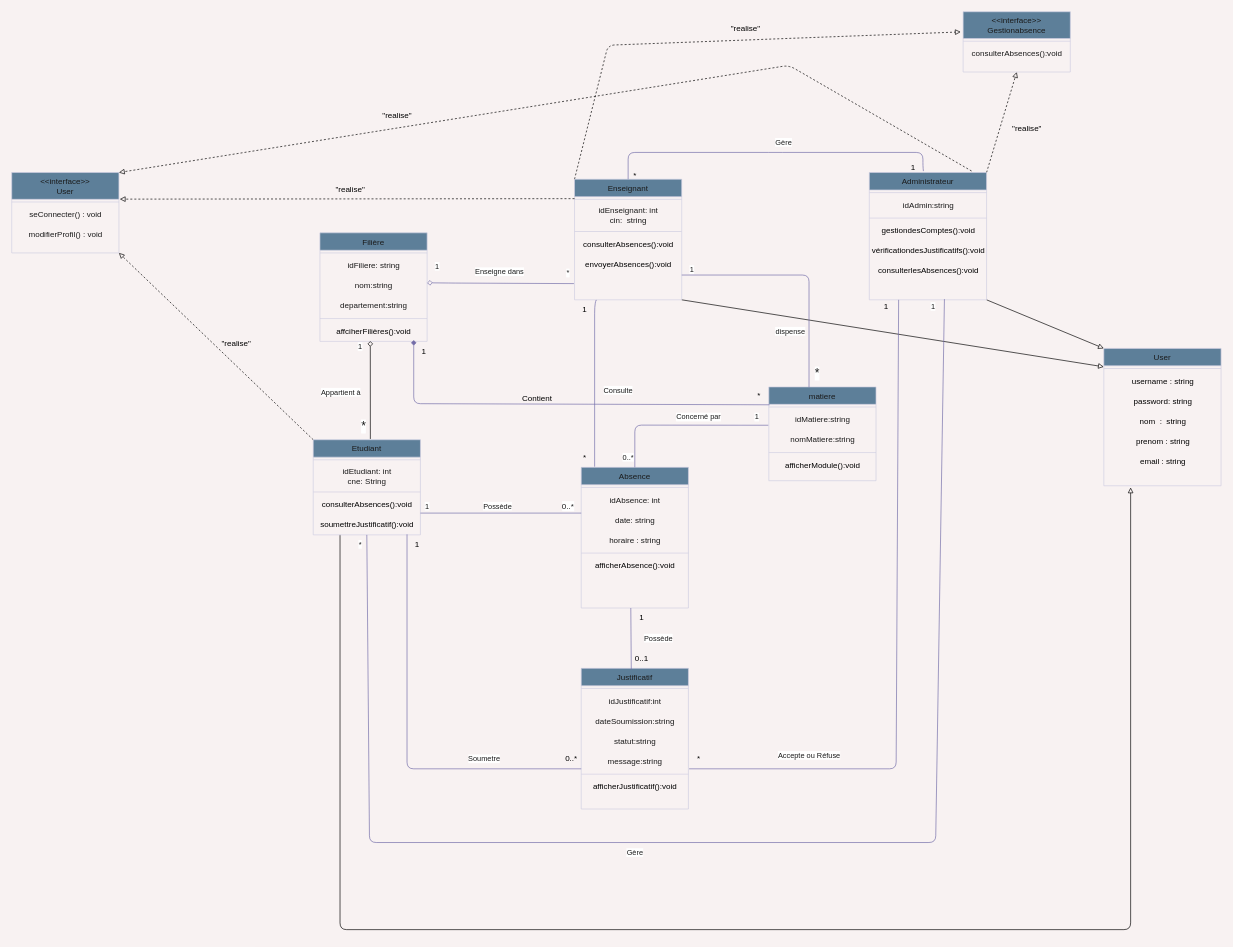
Marcel-Fassou-28/Gestion_Absence_PFA keeps this draw.io diagram as diagramms/class-diagram.drawio. Above is the earlier version. Source tidied: cells renumbered, new cells numbered last; positions are measured from the earlier drawing's top-left corner, leaving out a move shared by most shapes. Both pictures are drawn from the tidied source at 67%, with x=0, y=0 at pixel (11, 11).
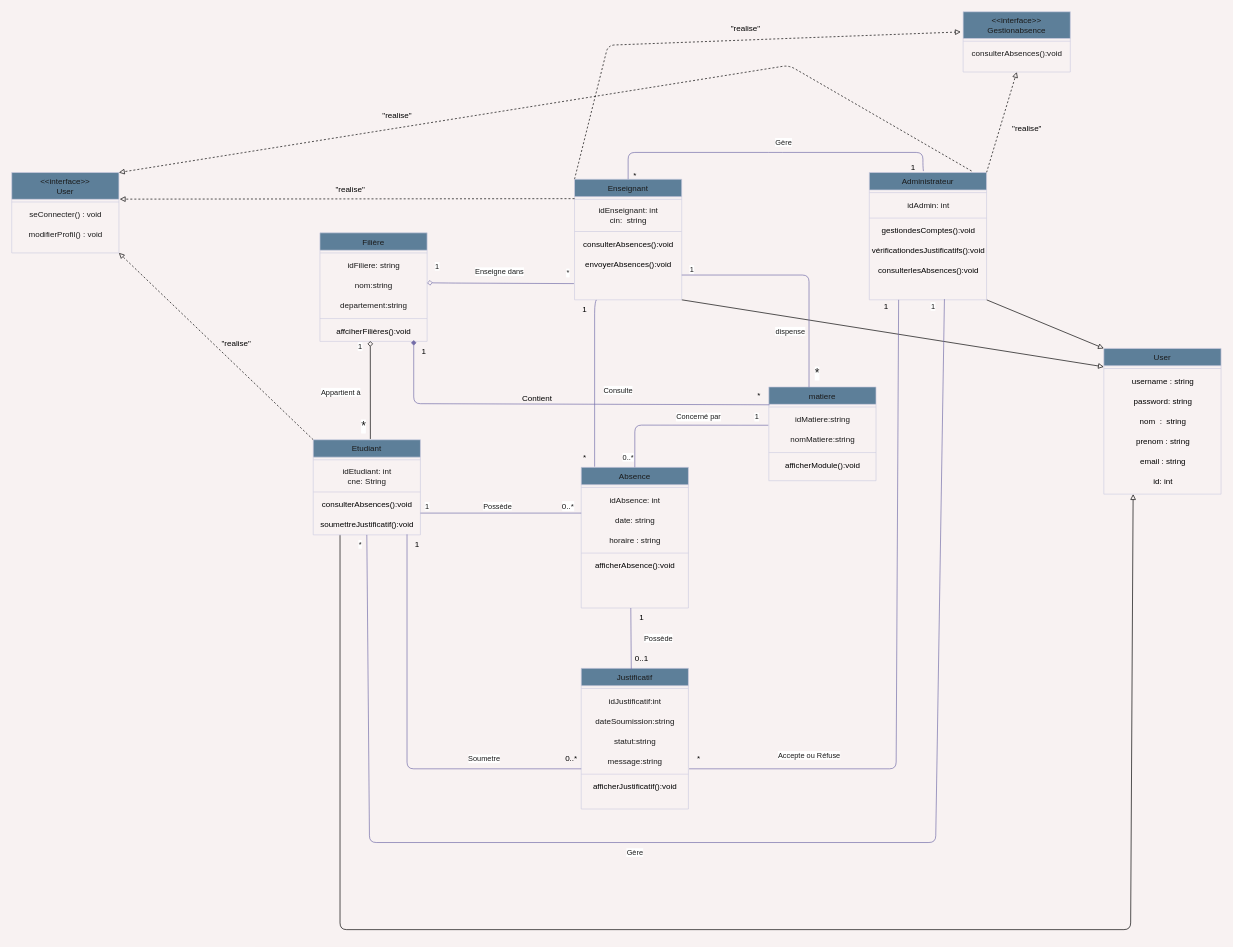
After the change.

Unchanged cells that the change refers to:
```xml
<mxCell id="4" value="Etudiant" style="swimlane;fontStyle=0;align=center;verticalAlign=top;horizontal=1;startSize=26;rounded=0;shadow=0;strokeWidth=1;labelBackgroundColor=none;fillColor=#5D7F99;strokeColor=#D0CEE2;fontColor=#1A1A1A;" parent="1" vertex="1">
  <mxGeometry x="450" y="638.8" width="160" height="142" as="geometry" />
</mxCell>
<mxCell id="20" value="Administrateur" style="swimlane;fontStyle=0;align=center;verticalAlign=top;horizontal=1;startSize=26;rounded=0;shadow=0;strokeWidth=1;labelBackgroundColor=none;fillColor=#5D7F99;strokeColor=#D0CEE2;fontColor=#1A1A1A;" parent="1" vertex="1">
  <mxGeometry x="1280" y="240" width="175" height="190" as="geometry" />
</mxCell>
```

The edit, as a diff of the source:
```diff
@@
-    <mxCell id="3" style="edgeStyle=none;html=1;exitX=0.25;exitY=1;exitDx=0;exitDy=0;endArrow=block;endFill=0;" parent="1" edge="1" source="4">
+    <mxCell id="3" style="edgeStyle=none;html=1;exitX=0.25;exitY=1;exitDx=0;exitDy=0;endArrow=block;endFill=0;entryX=0.25;entryY=1;entryDx=0;entryDy=0;" parent="1" edge="1" source="4" target="116">
       <mxGeometry relative="1" as="geometry">
-        <mxPoint x="1670" y="710" as="targetPoint" />
         <Array as="points">
           <mxPoint x="490" y="1370" />
           <mxPoint x="1670" y="1370" />
         </Array>
       </mxGeometry>
     </mxCell>
@@
-    <mxCell id="22" value="idAdmin:string" style="text;html=1;align=center;verticalAlign=middle;strokeColor=none;fillColor=none;fontColor=#1A1A1A;" parent="20" vertex="1">
+    <mxCell id="22" value="idAdmin: int" style="text;html=1;align=center;verticalAlign=middle;strokeColor=none;fillColor=none;fontColor=#1A1A1A;" parent="20" vertex="1">
       <mxGeometry y="34" width="175" height="30" as="geometry" />
     </mxCell>
@@
     <mxCell id="116" value="User" style="swimlane;fontStyle=0;align=center;verticalAlign=top;horizontal=1;startSize=26;rounded=0;shadow=0;strokeWidth=1;labelBackgroundColor=none;fillColor=#5D7F99;strokeColor=#D0CEE2;fontColor=#1A1A1A;" parent="1" vertex="1">
-      <mxGeometry x="1630" y="502.5" width="175" height="205" as="geometry" />
+      <mxGeometry x="1630" y="502.5" width="175" height="217.5" as="geometry" />
     </mxCell>
@@
+    <mxCell id="124" value="id: int" style="text;html=1;align=center;verticalAlign=middle;strokeColor=none;fillColor=none;" parent="116" vertex="1">
+      <mxGeometry y="184" width="175" height="30" as="geometry" />
+    </mxCell>
```
